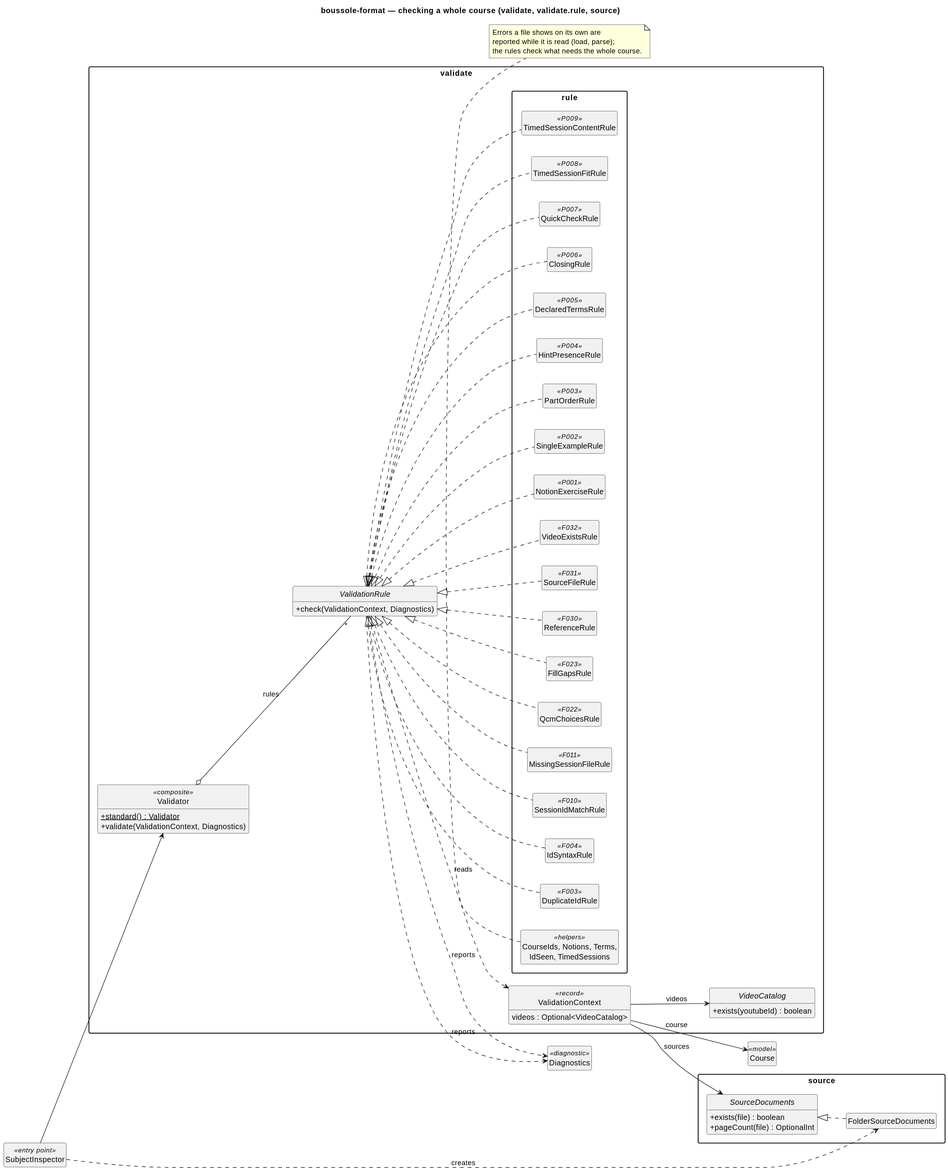
Before: docs/diagrams/31-validation.svg, a diagram exported from PlantUML (lucasssoh/Boussole).
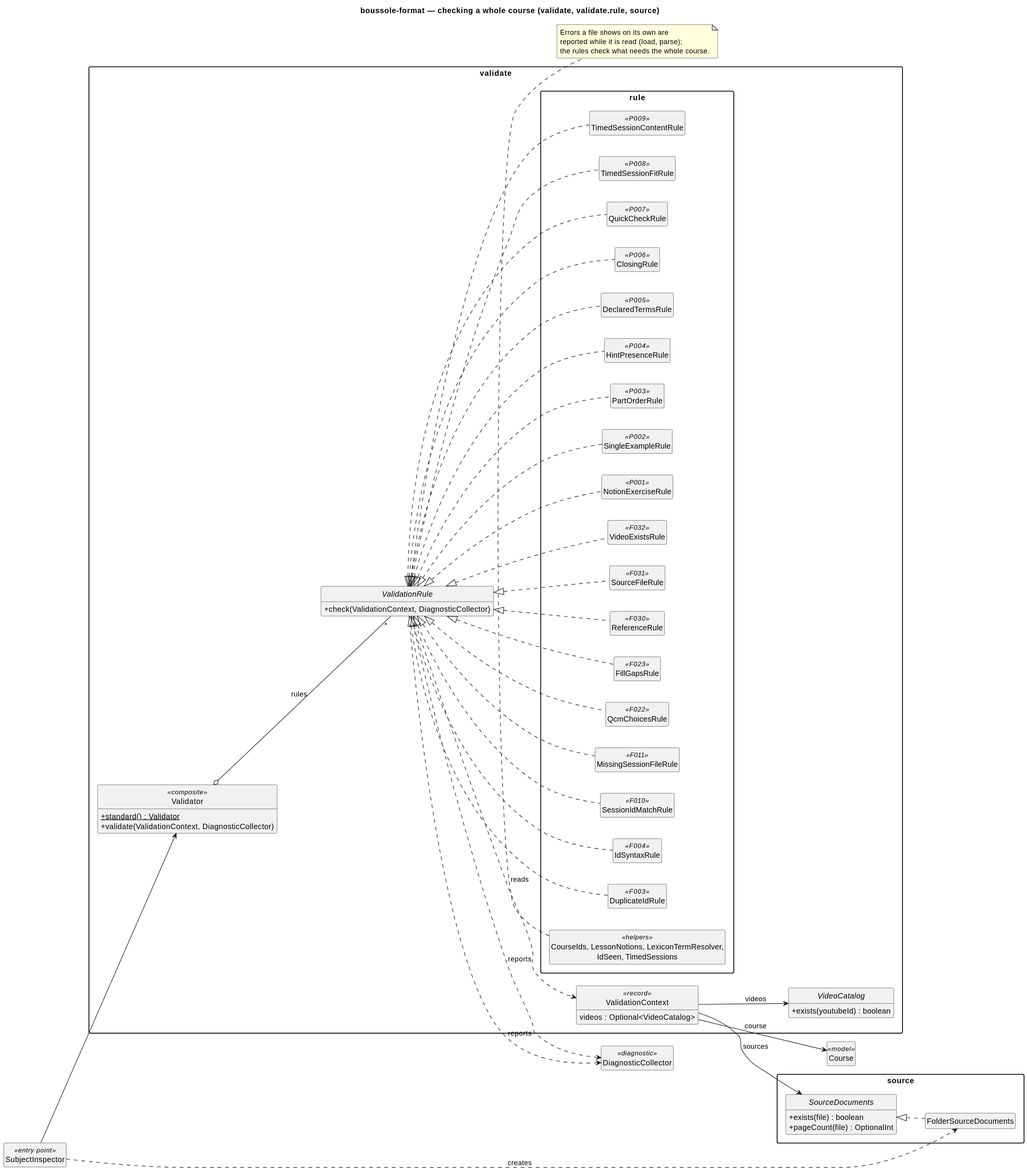
After the change.

What changed in the source:
```diff
@@ -9,15 +9,15 @@
 title boussole-format — checking a whole course (validate, validate.rule, source)
 
 class SubjectInspector <<entry point>>
-class Diagnostics <<diagnostic>>
+class DiagnosticCollector <<diagnostic>>
 class Course <<model>>
 package "validate" {
   class Validator <<composite>> {
     +{static} standard() : Validator
-    +validate(ValidationContext, Diagnostics)
+    +validate(ValidationContext, DiagnosticCollector)
   }
   interface ValidationRule {
-    +check(ValidationContext, Diagnostics)
+    +check(ValidationContext, DiagnosticCollector)
   }
   class ValidationContext <<record>> {
     videos : Optional<VideoCatalog>
@@ -44,7 +44,7 @@
     class QuickCheckRule <<P007>>
     class TimedSessionFitRule <<P008>>
     class TimedSessionContentRule <<P009>>
-    class "CourseIds, Notions, Terms,\nIdSeen, TimedSessions" as RuleHelpers <<helpers>>
+    class "CourseIds, LessonNotions, LexiconTermResolver,\nIdSeen, TimedSessions" as RuleHelpers <<helpers>>
   }
 }
 
@@ -83,8 +83,8 @@
 ValidationRule <|.. QuickCheckRule
 ValidationRule <|.. TimedSessionFitRule
 ValidationRule <|.. TimedSessionContentRule
-ValidationRule ..> Diagnostics : reports
-ValidationRule ..> Diagnostics : reports
+ValidationRule ..> DiagnosticCollector : reports
+ValidationRule ..> DiagnosticCollector : reports
 note bottom of RuleHelpers
   Errors a file shows on its own are
   reported while it is read (load, parse);
```
